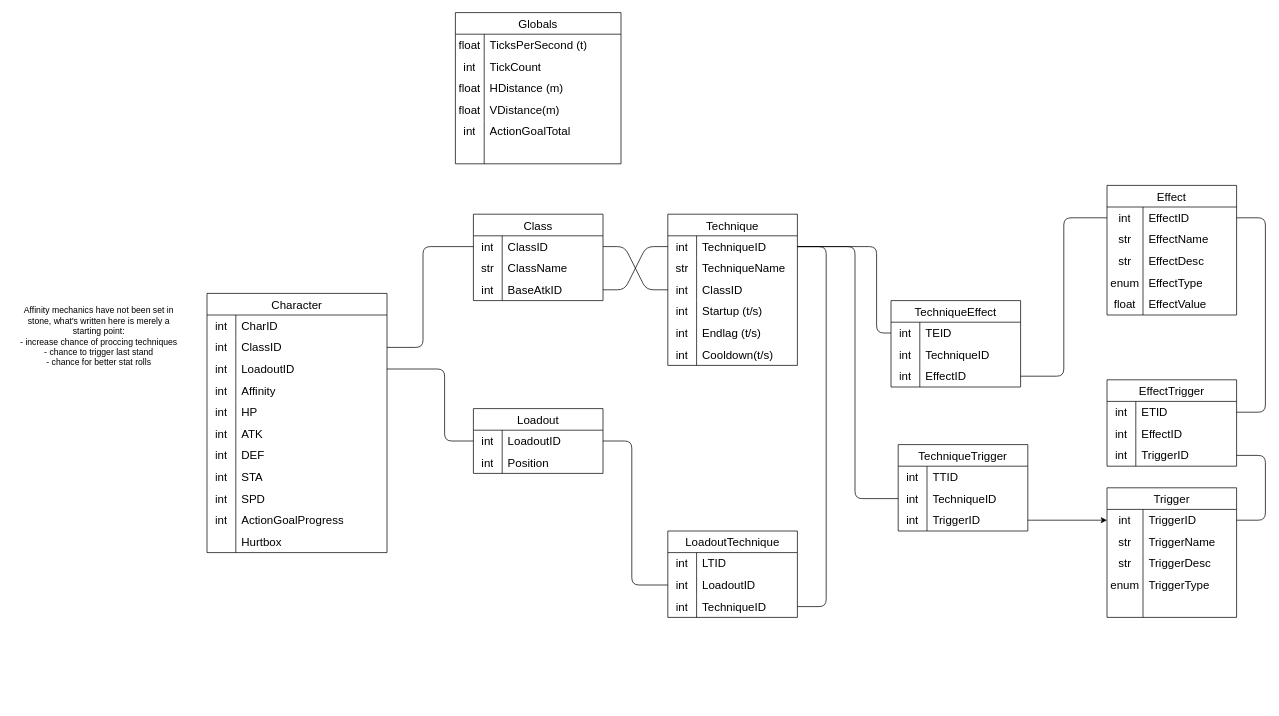
Before: design_documents/combat_erd.drawio in Dodowingster/Project-Paleo-Maiden, a draw.io diagram. Source tidied: cells renumbered, new cells numbered last; positions are measured from the earlier drawing's top-left corner, leaving out a move shared by most shapes. Both pictures are drawn from the tidied source at 72%, with x=0, y=0 at pixel (12, 12).
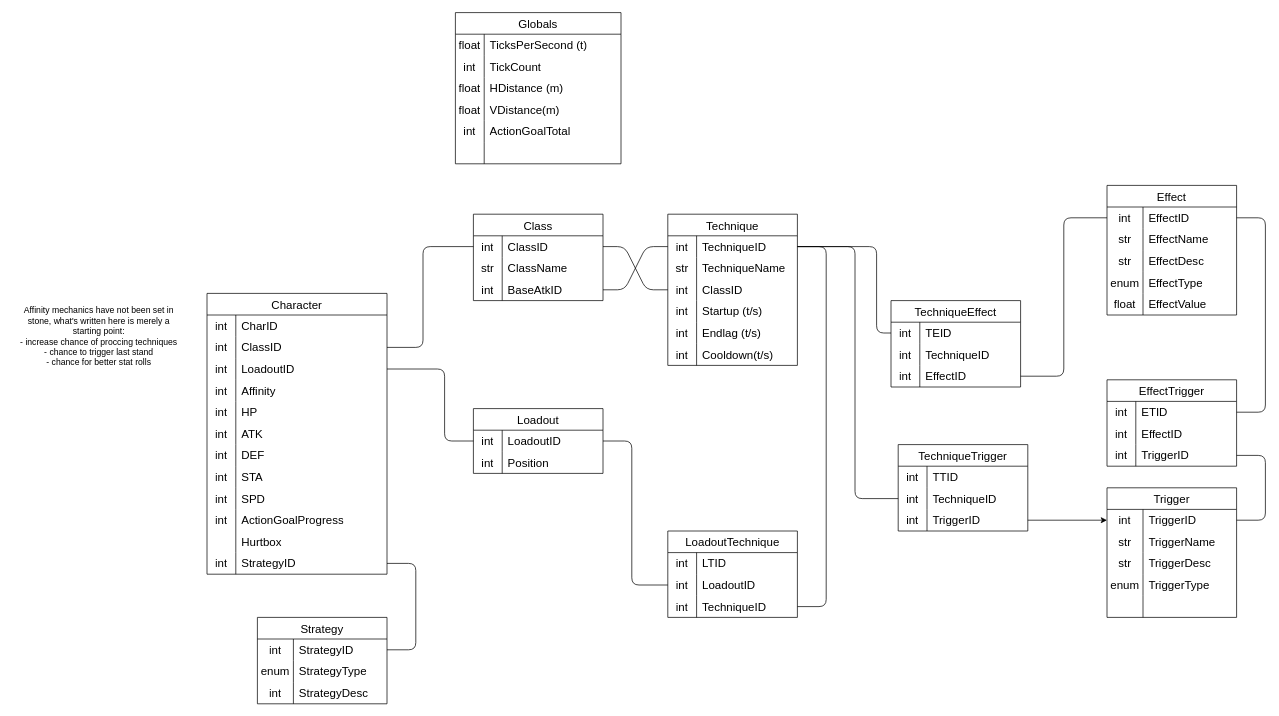
Above is the later version.

Commit message:
forgot to add strategy oops

Change to the diagram source:
```diff
@@
     <mxCell id="21" value="Character" style="shape=table;startSize=30;childLayout=tableLayout;rowLines=0;fontStyle=0;strokeColor=default;fontSize=16;" parent="1" vertex="1">
-      <mxGeometry x="270" y="390" width="250" height="360" as="geometry" />
+      <mxGeometry x="270" y="390" width="250" height="390" as="geometry" />
     </mxCell>
@@
+    <mxCell id="176" style="shape=tableRow;horizontal=0;startSize=0;swimlaneHead=0;swimlaneBody=0;top=0;left=0;bottom=0;right=0;fillColor=none;points=[[0,0.5],[1,0.5]];portConstraint=eastwest;strokeColor=inherit;fontSize=16;" parent="21" vertex="1">
+      <mxGeometry y="360" width="250" height="30" as="geometry" />
+    </mxCell>
+    <mxCell id="177" value="int" style="shape=partialRectangle;html=1;whiteSpace=wrap;fillColor=none;top=0;left=0;bottom=0;right=0;overflow=hidden;strokeColor=inherit;fontSize=16;" parent="176" vertex="1">
+      <mxGeometry width="40" height="30" as="geometry" />
+    </mxCell>
+    <mxCell id="178" value="StrategyID" style="shape=partialRectangle;html=1;whiteSpace=wrap;fillColor=none;top=0;left=0;bottom=0;right=0;align=left;spacingLeft=6;overflow=hidden;strokeColor=inherit;fontSize=16;" parent="176" vertex="1">
+      <mxGeometry x="40" width="210" height="30" as="geometry" />
+    </mxCell>
@@
+    <mxCell id="179" value="Strategy" style="shape=table;startSize=30;childLayout=tableLayout;rowLines=0;fontStyle=0;strokeColor=default;fontSize=16;" parent="1" vertex="1">
+      <mxGeometry x="340" y="840" width="180" height="120" as="geometry" />
+    </mxCell>
+    <mxCell id="180" style="shape=tableRow;horizontal=0;startSize=0;swimlaneHead=0;swimlaneBody=0;top=0;left=0;bottom=0;right=0;fillColor=none;points=[[0,0.5],[1,0.5]];portConstraint=eastwest;strokeColor=inherit;fontSize=16;" parent="179" vertex="1">
+      <mxGeometry y="30" width="180" height="30" as="geometry" />
+    </mxCell>
+    <mxCell id="181" value="int" style="shape=partialRectangle;html=1;whiteSpace=wrap;fillColor=none;top=0;left=0;bottom=0;right=0;overflow=hidden;strokeColor=inherit;fontSize=16;" parent="180" vertex="1">
+      <mxGeometry width="50" height="30" as="geometry" />
+    </mxCell>
+    <mxCell id="182" value="StrategyID" style="shape=partialRectangle;html=1;whiteSpace=wrap;fillColor=none;top=0;left=0;bottom=0;right=0;align=left;spacingLeft=6;overflow=hidden;strokeColor=inherit;fontSize=16;" parent="180" vertex="1">
+      <mxGeometry x="50" width="130" height="30" as="geometry" />
+    </mxCell>
+    <mxCell id="183" style="shape=tableRow;horizontal=0;startSize=0;swimlaneHead=0;swimlaneBody=0;top=0;left=0;bottom=0;right=0;fillColor=none;strokeColor=inherit;fontSize=16;" parent="179" vertex="1">
+      <mxGeometry y="60" width="180" height="30" as="geometry" />
+    </mxCell>
+    <mxCell id="184" value="enum" style="shape=partialRectangle;html=1;whiteSpace=wrap;fillColor=none;top=0;left=0;bottom=0;right=0;overflow=hidden;strokeColor=inherit;fontSize=16;" parent="183" vertex="1">
+      <mxGeometry width="50" height="30" as="geometry" />
+    </mxCell>
+    <mxCell id="185" value="StrategyType" style="shape=partialRectangle;html=1;whiteSpace=wrap;fillColor=none;top=0;left=0;bottom=0;right=0;align=left;spacingLeft=6;overflow=hidden;strokeColor=inherit;fontSize=16;" parent="183" vertex="1">
+      <mxGeometry x="50" width="130" height="30" as="geometry" />
+    </mxCell>
+    <mxCell id="186" style="shape=tableRow;horizontal=0;startSize=0;swimlaneHead=0;swimlaneBody=0;top=0;left=0;bottom=0;right=0;fillColor=none;strokeColor=inherit;fontSize=16;" parent="179" vertex="1">
+      <mxGeometry y="90" width="180" height="30" as="geometry" />
+    </mxCell>
+    <mxCell id="187" value="int" style="shape=partialRectangle;html=1;whiteSpace=wrap;fillColor=none;top=0;left=0;bottom=0;right=0;overflow=hidden;strokeColor=inherit;fontSize=16;" parent="186" vertex="1">
+      <mxGeometry width="50" height="30" as="geometry" />
+    </mxCell>
+    <mxCell id="188" value="StrategyDesc" style="shape=partialRectangle;html=1;whiteSpace=wrap;fillColor=none;top=0;left=0;bottom=0;right=0;align=left;spacingLeft=6;overflow=hidden;strokeColor=inherit;fontSize=16;" parent="186" vertex="1">
+      <mxGeometry x="50" width="130" height="30" as="geometry" />
+    </mxCell>
+    <mxCell id="189" style="edgeStyle=none;html=1;exitX=1;exitY=0.5;exitDx=0;exitDy=0;entryX=1;entryY=0.5;entryDx=0;entryDy=0;endArrow=none;endFill=0;" parent="1" edge="1" source="176" target="180">
+      <mxGeometry relative="1" as="geometry">
+        <Array as="points">
+          <mxPoint x="560" y="765" />
+          <mxPoint x="560" y="885" />
+        </Array>
+      </mxGeometry>
+    </mxCell>
```
